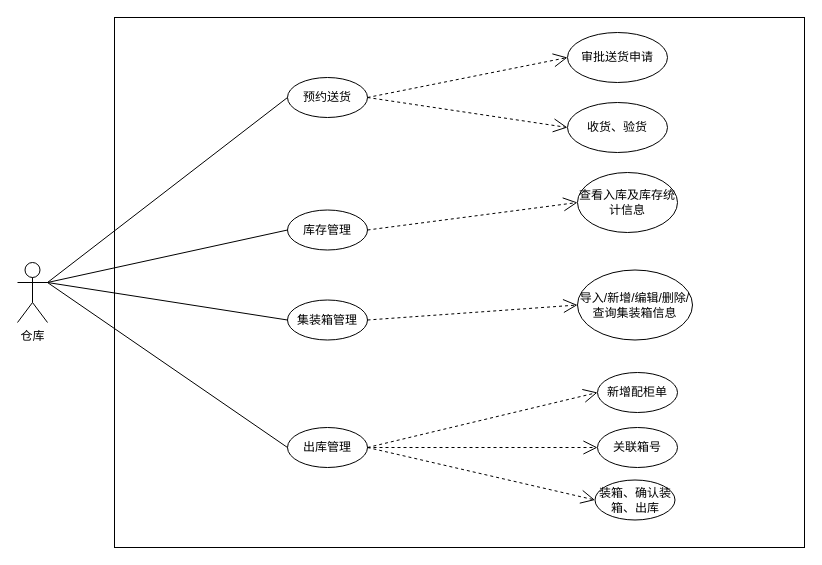
The draw.io diagram page "仓库用例图" (9 of 32) of wbooking docs/进区预约系统.drawio in sxc-one/e-conitl, before the edit. Source tidied: cells renumbered, new cells numbered last; positions are measured from the earlier drawing's top-left corner, leaving out a move shared by most shapes. Both pictures are drawn from the tidied source at 100%, with x=0, y=0 at pixel (17, 17).
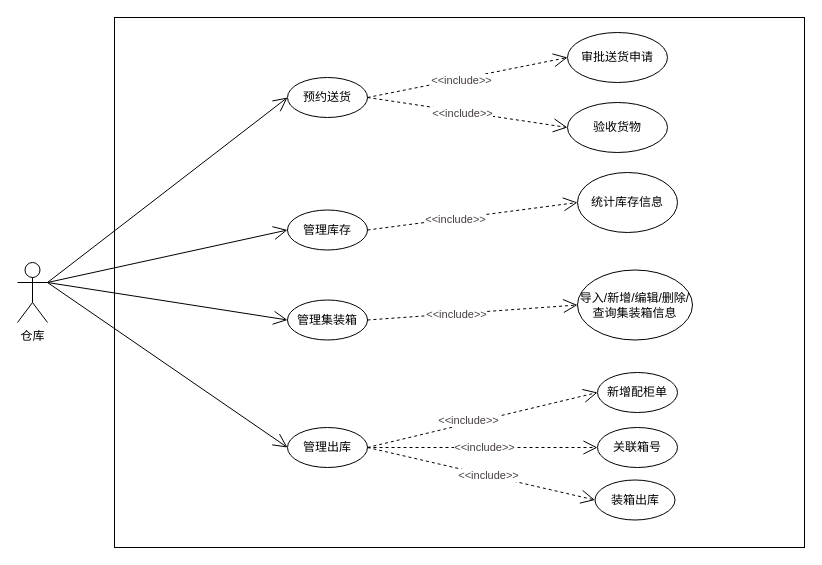
The same diagram, later.

The change refers to these unchanged cells:
```xml
<mxCell id="3" value="仓库" style="shape=umlActor;verticalLabelPosition=bottom;verticalAlign=top;html=1;" parent="1" vertex="1">
  <mxGeometry y="245" width="30" height="60" as="geometry" />
</mxCell>
<mxCell id="6" value="预约送货" style="ellipse;whiteSpace=wrap;html=1;" parent="1" vertex="1">
  <mxGeometry x="270" y="60" width="80" height="40" as="geometry" />
</mxCell>
<mxCell id="17" style="endArrow=open;endSize=12;dashed=1;html=1;rounded=0;elbow=vertical;entryX=0;entryY=0.5;entryDx=0;entryDy=0;exitX=1;exitY=0.5;exitDx=0;exitDy=0;" parent="1" edge="1" source="6" target="8">
  <mxGeometry relative="1" as="geometry" />
</mxCell>
<mxCell id="18" style="endArrow=open;endSize=12;dashed=1;html=1;rounded=0;elbow=vertical;entryX=0;entryY=0.5;entryDx=0;entryDy=0;exitX=1;exitY=0.5;exitDx=0;exitDy=0;" parent="1" edge="1" source="5" target="9">
  <mxGeometry relative="1" as="geometry" />
</mxCell>
<mxCell id="19" style="endArrow=open;endSize=12;dashed=1;html=1;rounded=0;elbow=vertical;entryX=0;entryY=0.5;entryDx=0;entryDy=0;exitX=1;exitY=0.5;exitDx=0;exitDy=0;" parent="1" edge="1" source="4" target="10">
  <mxGeometry relative="1" as="geometry" />
</mxCell>
<mxCell id="20" style="endArrow=open;endSize=12;dashed=1;html=1;rounded=0;elbow=vertical;entryX=0;entryY=0.5;entryDx=0;entryDy=0;exitX=1;exitY=0.5;exitDx=0;exitDy=0;" parent="1" edge="1" source="7" target="12">
  <mxGeometry relative="1" as="geometry" />
</mxCell>
<mxCell id="21" style="endArrow=open;endSize=12;dashed=1;html=1;rounded=0;elbow=vertical;entryX=0;entryY=0.5;entryDx=0;entryDy=0;exitX=1;exitY=0.5;exitDx=0;exitDy=0;" parent="1" edge="1" source="7" target="11">
  <mxGeometry relative="1" as="geometry" />
</mxCell>
<mxCell id="23" style="endArrow=open;endSize=12;dashed=1;html=1;rounded=0;elbow=vertical;entryX=0;entryY=0.5;entryDx=0;entryDy=0;exitX=1;exitY=0.5;exitDx=0;exitDy=0;" parent="1" edge="1" source="7" target="22">
  <mxGeometry relative="1" as="geometry" />
</mxCell>
<mxCell id="25" style="endArrow=open;endSize=12;dashed=1;html=1;rounded=0;elbow=vertical;entryX=0;entryY=0.5;entryDx=0;entryDy=0;exitX=1;exitY=0.5;exitDx=0;exitDy=0;" parent="1" edge="1" source="6" target="24">
  <mxGeometry relative="1" as="geometry" />
</mxCell>
```

What changed in the source:
```diff
@@
-    <mxCell id="4" value="集装箱管理" style="ellipse;whiteSpace=wrap;html=1;" parent="1" vertex="1">
+    <mxCell id="4" value="管理集装箱" style="ellipse;whiteSpace=wrap;html=1;" parent="1" vertex="1">
       <mxGeometry x="270" y="282.5" width="80" height="40" as="geometry" />
     </mxCell>
-    <mxCell id="5" value="库存管理" style="ellipse;whiteSpace=wrap;html=1;" parent="1" vertex="1">
+    <mxCell id="5" value="管理库存" style="ellipse;whiteSpace=wrap;html=1;" parent="1" vertex="1">
       <mxGeometry x="270" y="192.5" width="80" height="40" as="geometry" />
     </mxCell>
@@
-    <mxCell id="7" value="出库管理" style="ellipse;whiteSpace=wrap;html=1;" parent="1" vertex="1">
+    <mxCell id="7" value="管理出库" style="ellipse;whiteSpace=wrap;html=1;" parent="1" vertex="1">
       <mxGeometry x="270" y="410" width="80" height="40" as="geometry" />
     </mxCell>
-    <mxCell id="8" value="收货、验货" style="ellipse;whiteSpace=wrap;html=1;" parent="1" vertex="1">
+    <mxCell id="8" value="验收货物" style="ellipse;whiteSpace=wrap;html=1;" parent="1" vertex="1">
       <mxGeometry x="550" y="85" width="100" height="50" as="geometry" />
     </mxCell>
-    <mxCell id="9" value="查看入库及库存统计信息" style="ellipse;whiteSpace=wrap;html=1;" parent="1" vertex="1">
+    <mxCell id="9" value="统计库存信息" style="ellipse;whiteSpace=wrap;html=1;" parent="1" vertex="1">
       <mxGeometry x="560" y="155" width="100" height="60" as="geometry" />
     </mxCell>
@@
-    <mxCell id="13" style="endArrow=none;html=1;rounded=0;elbow=vertical;entryX=0;entryY=0.5;entryDx=0;entryDy=0;exitX=1;exitY=0.3333333333333333;exitDx=0;exitDy=0;exitPerimeter=0;" parent="1" edge="1" source="3" target="6">
+    <mxCell id="13" style="endArrow=open;html=1;rounded=0;elbow=vertical;entryX=0;entryY=0.5;entryDx=0;entryDy=0;exitX=1;exitY=0.3333333333333333;exitDx=0;exitDy=0;exitPerimeter=0;endFill=0;endSize=12;" parent="1" edge="1" source="3" target="6">
       <mxGeometry relative="1" as="geometry" />
     </mxCell>
-    <mxCell id="14" style="endArrow=none;html=1;rounded=0;elbow=vertical;entryX=0;entryY=0.5;entryDx=0;entryDy=0;" parent="1" edge="1" target="5">
+    <mxCell id="14" style="endArrow=open;html=1;rounded=0;elbow=vertical;entryX=0;entryY=0.5;entryDx=0;entryDy=0;endFill=0;endSize=12;" parent="1" edge="1" target="5">
       <mxGeometry relative="1" as="geometry">
         <mxPoint x="30" y="265" as="sourcePoint" />
       </mxGeometry>
     </mxCell>
-    <mxCell id="15" style="endArrow=none;html=1;rounded=0;elbow=vertical;entryX=0;entryY=0.5;entryDx=0;entryDy=0;exitX=1;exitY=0.3333333333333333;exitDx=0;exitDy=0;exitPerimeter=0;" parent="1" edge="1" source="3" target="4">
+    <mxCell id="15" style="endArrow=open;html=1;rounded=0;elbow=vertical;entryX=0;entryY=0.5;entryDx=0;entryDy=0;exitX=1;exitY=0.3333333333333333;exitDx=0;exitDy=0;exitPerimeter=0;endFill=0;endSize=12;" parent="1" edge="1" source="3" target="4">
       <mxGeometry relative="1" as="geometry">
         <Array as="points">
           <mxPoint x="30" y="265" />
         </Array>
       </mxGeometry>
     </mxCell>
-    <mxCell id="16" style="endArrow=none;html=1;rounded=0;elbow=vertical;entryX=0;entryY=0.5;entryDx=0;entryDy=0;exitX=1;exitY=0.3333333333333333;exitDx=0;exitDy=0;exitPerimeter=0;" parent="1" edge="1" source="3" target="7">
+    <mxCell id="16" style="endArrow=open;html=1;rounded=0;elbow=vertical;entryX=0;entryY=0.5;entryDx=0;entryDy=0;exitX=1;exitY=0.3333333333333333;exitDx=0;exitDy=0;exitPerimeter=0;endFill=0;endSize=12;" parent="1" edge="1" source="3" target="7">
       <mxGeometry relative="1" as="geometry" />
     </mxCell>
@@
+    <mxCell id="26" value="&amp;lt;&amp;lt;include&amp;gt;&amp;gt;" style="edgeLabel;html=1;align=center;verticalAlign=middle;fontSize=11;fontColor=#473e3e;" parent="17" vertex="1">
+      <mxGeometry x="-0.05" y="-1" relative="1" as="geometry" />
+    </mxCell>
@@
+    <mxCell id="27" value="&amp;lt;&amp;lt;include&amp;gt;&amp;gt;" style="edgeLabel;html=1;align=center;verticalAlign=middle;fontSize=11;fontColor=#473e3e;" parent="18" vertex="1">
+      <mxGeometry x="-0.17" relative="1" as="geometry" />
+    </mxCell>
@@
+    <mxCell id="28" value="&amp;lt;&amp;lt;include&amp;gt;&amp;gt;" style="edgeLabel;html=1;align=center;verticalAlign=middle;fontSize=11;fontColor=#473e3e;" parent="19" vertex="1">
+      <mxGeometry x="-0.15" relative="1" as="geometry" />
+    </mxCell>
@@
+    <mxCell id="29" value="&amp;lt;&amp;lt;include&amp;gt;&amp;gt;" style="edgeLabel;html=1;align=center;verticalAlign=middle;fontSize=11;fontColor=#473e3e;" parent="20" vertex="1">
+      <mxGeometry x="0.01" y="1" relative="1" as="geometry" />
+    </mxCell>
@@
+    <mxCell id="30" value="&amp;lt;&amp;lt;include&amp;gt;&amp;gt;" style="edgeLabel;html=1;align=center;verticalAlign=middle;fontSize=11;fontColor=#473e3e;" parent="21" vertex="1">
+      <mxGeometry x="-0.12" y="3" relative="1" as="geometry" />
+    </mxCell>
-    <mxCell id="22" value="装箱、确认装箱、出库" style="ellipse;whiteSpace=wrap;html=1;" parent="1" vertex="1">
+    <mxCell id="22" value="装箱出库" style="ellipse;whiteSpace=wrap;html=1;" parent="1" vertex="1">
       <mxGeometry x="577.5" y="462.5" width="80" height="40" as="geometry" />
     </mxCell>
@@
+    <mxCell id="31" value="&amp;lt;&amp;lt;include&amp;gt;&amp;gt;" style="edgeLabel;html=1;align=center;verticalAlign=middle;fontSize=11;fontColor=#473e3e;" parent="23" vertex="1">
+      <mxGeometry x="0.06" relative="1" as="geometry" />
+    </mxCell>
@@
+    <mxCell id="32" value="&amp;lt;&amp;lt;include&amp;gt;&amp;gt;" style="edgeLabel;html=1;align=center;verticalAlign=middle;fontSize=11;fontColor=#473e3e;" parent="25" vertex="1">
+      <mxGeometry x="-0.07" y="-1" relative="1" as="geometry" />
+    </mxCell>
```
